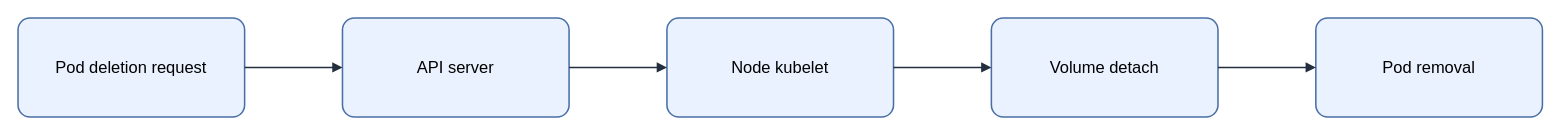
Above: assets/img/kubernetes/terminating-pod-troubleshooting.drawio in KKamJi98/kkamji98.github.io (draw.io), before the change. Source tidied: cells renumbered, new cells numbered last; positions are measured from the earlier drawing's top-left corner, leaving out a move shared by most shapes. Both pictures are drawn from the tidied source at 103%, with x=0, y=0 at pixel (18, 18).
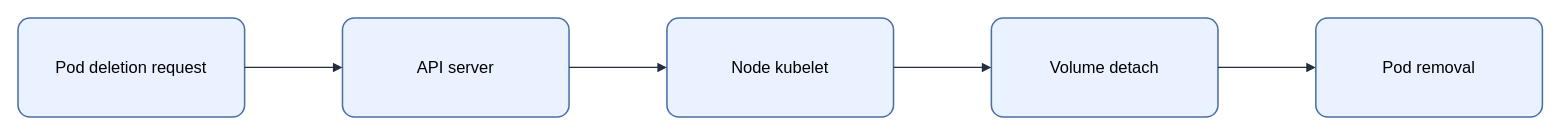
Above is the later version.

Change to the diagram source:
```diff
@@
 <mxGraphModel background="#FFFFFF">
   <root>
     <mxCell id="0" />
     <mxCell id="1" parent="0" />
-    <mxCell id="2" value="&lt;font style=&quot;color: rgb(0, 0, 0);&quot;&gt;Pod deletion request&lt;/font&gt;" style="rounded=1;arcSize=12;whiteSpace=wrap;html=1;fillColor=#EAF2FF;strokeColor=#4A6FA5;strokeWidth=1.5;fontColor=#000000;fontSize=16;align=center;verticalAlign=middle;spacing=8;shadow=0;" parent="1" vertex="1">
+    <mxCell id="2" value="Pod deletion request" style="rounded=1;arcSize=12;whiteSpace=wrap;html=0;fillColor=#EAF2FF;strokeColor=#4A6FA5;strokeWidth=1.5;fontColor=#000000;fontSize=16;align=center;verticalAlign=middle;spacing=8;shadow=0;" parent="1" vertex="1">
       <mxGeometry width="220" height="96" as="geometry" />
     </mxCell>
-    <mxCell id="3" value="&lt;font style=&quot;color: rgb(0, 0, 0);&quot;&gt;API server&lt;/font&gt;" style="rounded=1;arcSize=12;whiteSpace=wrap;html=1;fillColor=#EAF2FF;strokeColor=#4A6FA5;strokeWidth=1.5;fontColor=#000000;fontSize=16;align=center;verticalAlign=middle;spacing=8;shadow=0;" parent="1" vertex="1">
+    <mxCell id="3" value="API server" style="rounded=1;arcSize=12;whiteSpace=wrap;html=0;fillColor=#EAF2FF;strokeColor=#4A6FA5;strokeWidth=1.5;fontColor=#000000;fontSize=16;align=center;verticalAlign=middle;spacing=8;shadow=0;" parent="1" vertex="1">
       <mxGeometry x="315" width="220" height="96" as="geometry" />
     </mxCell>
-    <mxCell id="4" value="&lt;font style=&quot;color: rgb(0, 0, 0);&quot;&gt;Node kubelet&lt;/font&gt;" style="rounded=1;arcSize=12;whiteSpace=wrap;html=1;fillColor=#EAF2FF;strokeColor=#4A6FA5;strokeWidth=1.5;fontColor=#000000;fontSize=16;align=center;verticalAlign=middle;spacing=8;shadow=0;" parent="1" vertex="1">
+    <mxCell id="4" value="Node kubelet" style="rounded=1;arcSize=12;whiteSpace=wrap;html=0;fillColor=#EAF2FF;strokeColor=#4A6FA5;strokeWidth=1.5;fontColor=#000000;fontSize=16;align=center;verticalAlign=middle;spacing=8;shadow=0;" parent="1" vertex="1">
       <mxGeometry x="630" width="220" height="96" as="geometry" />
     </mxCell>
-    <mxCell id="5" value="&lt;font style=&quot;color: rgb(0, 0, 0);&quot;&gt;Volume detach&lt;/font&gt;" style="rounded=1;arcSize=12;whiteSpace=wrap;html=1;fillColor=#EAF2FF;strokeColor=#4A6FA5;strokeWidth=1.5;fontColor=#000000;fontSize=16;align=center;verticalAlign=middle;spacing=8;shadow=0;" parent="1" vertex="1">
+    <mxCell id="5" value="Volume detach" style="rounded=1;arcSize=12;whiteSpace=wrap;html=0;fillColor=#EAF2FF;strokeColor=#4A6FA5;strokeWidth=1.5;fontColor=#000000;fontSize=16;align=center;verticalAlign=middle;spacing=8;shadow=0;" parent="1" vertex="1">
       <mxGeometry x="945" width="220" height="96" as="geometry" />
     </mxCell>
-    <mxCell id="6" value="&lt;font style=&quot;color: rgb(0, 0, 0);&quot;&gt;Pod removal&lt;/font&gt;" style="rounded=1;arcSize=12;whiteSpace=wrap;html=1;fillColor=#EAF2FF;strokeColor=#4A6FA5;strokeWidth=1.5;fontColor=#000000;fontSize=16;align=center;verticalAlign=middle;spacing=8;shadow=0;" parent="1" vertex="1">
+    <mxCell id="6" value="Pod removal" style="rounded=1;arcSize=12;whiteSpace=wrap;html=0;fillColor=#EAF2FF;strokeColor=#4A6FA5;strokeWidth=1.5;fontColor=#000000;fontSize=16;align=center;verticalAlign=middle;spacing=8;shadow=0;" parent="1" vertex="1">
       <mxGeometry x="1260" width="220" height="96" as="geometry" />
     </mxCell>
-    <mxCell id="7" style="edgeStyle=orthogonalEdgeStyle;rounded=0;jettySize=auto;html=1;endArrow=block;endFill=1;strokeColor=#232F3E;strokeWidth=1.5;fontColor=#000000;labelBackgroundColor=none;exitX=1;exitY=0.5;exitDx=0;exitDy=0;entryX=0;entryY=0.5;entryDx=0;entryDy=0;" parent="1" edge="1" source="2" target="3">
+    <mxCell id="7" style="edgeStyle=orthogonalEdgeStyle;rounded=0;jettySize=auto;html=0;endArrow=block;endFill=1;strokeColor=#232F3E;strokeWidth=1.25;fontColor=#000000;labelBackgroundColor=none;exitX=1;exitY=0.5;exitDx=0;exitDy=0;entryX=0;entryY=0.5;entryDx=0;entryDy=0;" parent="1" edge="1" source="2" target="3">
       <mxGeometry relative="1" as="geometry" />
     </mxCell>
-    <mxCell id="8" style="edgeStyle=orthogonalEdgeStyle;rounded=0;jettySize=auto;html=1;endArrow=block;endFill=1;strokeColor=#232F3E;strokeWidth=1.5;fontColor=#000000;labelBackgroundColor=none;exitX=1;exitY=0.5;exitDx=0;exitDy=0;entryX=0;entryY=0.5;entryDx=0;entryDy=0;" parent="1" edge="1" source="3" target="4">
+    <mxCell id="8" style="edgeStyle=orthogonalEdgeStyle;rounded=0;jettySize=auto;html=0;endArrow=block;endFill=1;strokeColor=#232F3E;strokeWidth=1.25;fontColor=#000000;labelBackgroundColor=none;exitX=1;exitY=0.5;exitDx=0;exitDy=0;entryX=0;entryY=0.5;entryDx=0;entryDy=0;" parent="1" edge="1" source="3" target="4">
       <mxGeometry relative="1" as="geometry" />
     </mxCell>
-    <mxCell id="9" style="edgeStyle=orthogonalEdgeStyle;rounded=0;jettySize=auto;html=1;endArrow=block;endFill=1;strokeColor=#232F3E;strokeWidth=1.5;fontColor=#000000;labelBackgroundColor=none;exitX=1;exitY=0.5;exitDx=0;exitDy=0;entryX=0;entryY=0.5;entryDx=0;entryDy=0;" parent="1" edge="1" source="4" target="5">
+    <mxCell id="9" style="edgeStyle=orthogonalEdgeStyle;rounded=0;jettySize=auto;html=0;endArrow=block;endFill=1;strokeColor=#232F3E;strokeWidth=1.25;fontColor=#000000;labelBackgroundColor=none;exitX=1;exitY=0.5;exitDx=0;exitDy=0;entryX=0;entryY=0.5;entryDx=0;entryDy=0;" parent="1" edge="1" source="4" target="5">
       <mxGeometry relative="1" as="geometry" />
     </mxCell>
-    <mxCell id="10" style="edgeStyle=orthogonalEdgeStyle;rounded=0;jettySize=auto;html=1;endArrow=block;endFill=1;strokeColor=#232F3E;strokeWidth=1.5;fontColor=#000000;labelBackgroundColor=none;exitX=1;exitY=0.5;exitDx=0;exitDy=0;entryX=0;entryY=0.5;entryDx=0;entryDy=0;" parent="1" edge="1" source="5" target="6">
+    <mxCell id="10" style="edgeStyle=orthogonalEdgeStyle;rounded=0;jettySize=auto;html=0;endArrow=block;endFill=1;strokeColor=#232F3E;strokeWidth=1.25;fontColor=#000000;labelBackgroundColor=none;exitX=1;exitY=0.5;exitDx=0;exitDy=0;entryX=0;entryY=0.5;entryDx=0;entryDy=0;" parent="1" edge="1" source="5" target="6">
       <mxGeometry relative="1" as="geometry" />
     </mxCell>
   </root>
 </mxGraphModel>
```
